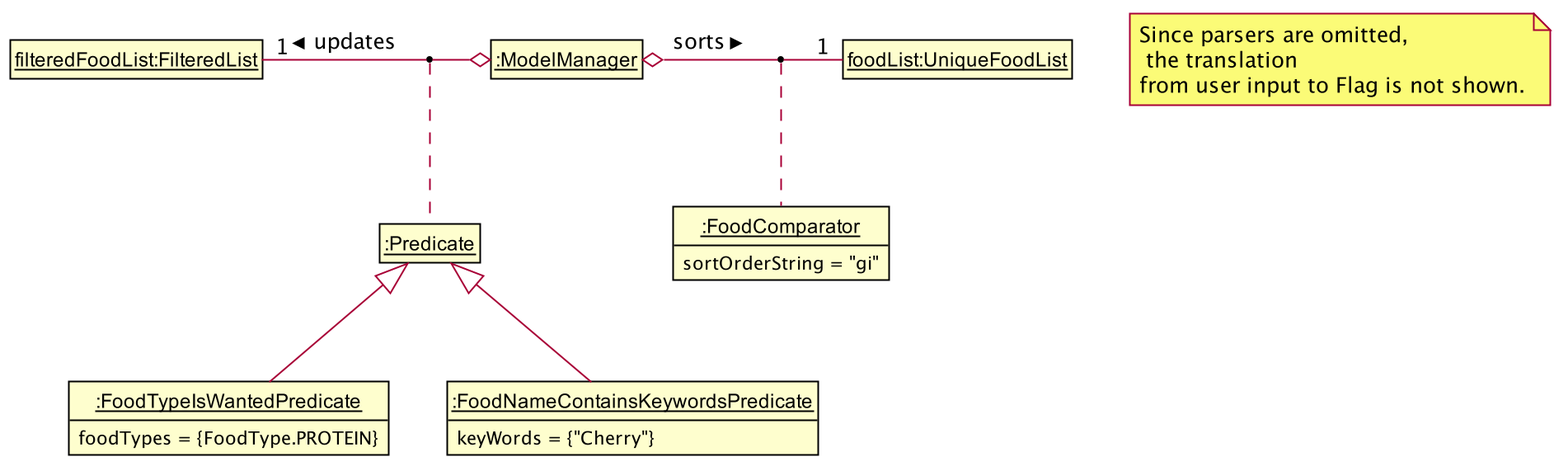
Earlier version of the PlantUML export docs/images/RecmFoodObjectDiagram.png (nus-cs2103-AY1920S1/addressbook-level3).
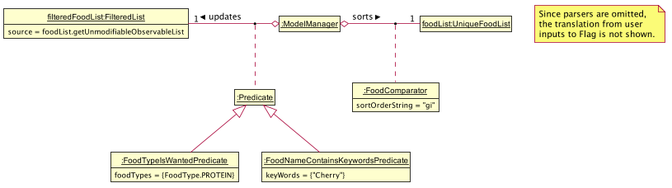
Later version of the same file.

The edit, as a diff of the source:
```diff
@@ -50,7 +50,7 @@
 skinparam ClassFontColor #000000
 skinparam ClassBorderColor #000000
 
-note "Since parsers are omitted,\n the translation\nfrom user input to Flag is not shown." as N1
+note "Since parsers are omitted,\nthe translation from user\ninputs to Flag is not shown." as N1
 
 class ModelManager as "__:ModelManager__"
 class FoodTypeIsWantedPredicate as "__:FoodTypeIsWantedPredicate__" {
@@ -59,12 +59,15 @@
 class FoodNameContainsKeywordsPredicate as "__:FoodNameContainsKeywordsPredicate__" {
     keyWords = {"Cherry"}
 }
-class FilteredList as "__filteredFoodList:FilteredList__"
+class FilteredList as "__filteredFoodList:FilteredList__" {
+    source = foodList.getUnmodifiableObservableList
+}
 class UniqueFoodList as "__foodList:UniqueFoodList__"
 class Predicate as "__:Predicate__"
 class FoodComparator as "__:FoodComparator__" {
     sortOrderString = "gi"
 }
+
 
 FilteredList "1" -l-o ModelManager: < updates
 (ModelManager, FilteredList) .. Predicate
@@ -73,6 +76,7 @@
 Predicate ^-- FoodTypeIsWantedPredicate
 Predicate ^-- FoodNameContainsKeywordsPredicate
 
+show FilteredList fields
 show FoodComparator fields
 show FoodNameContainsKeywordsPredicate fields
 show FoodTypeIsWantedPredicate fields
```
